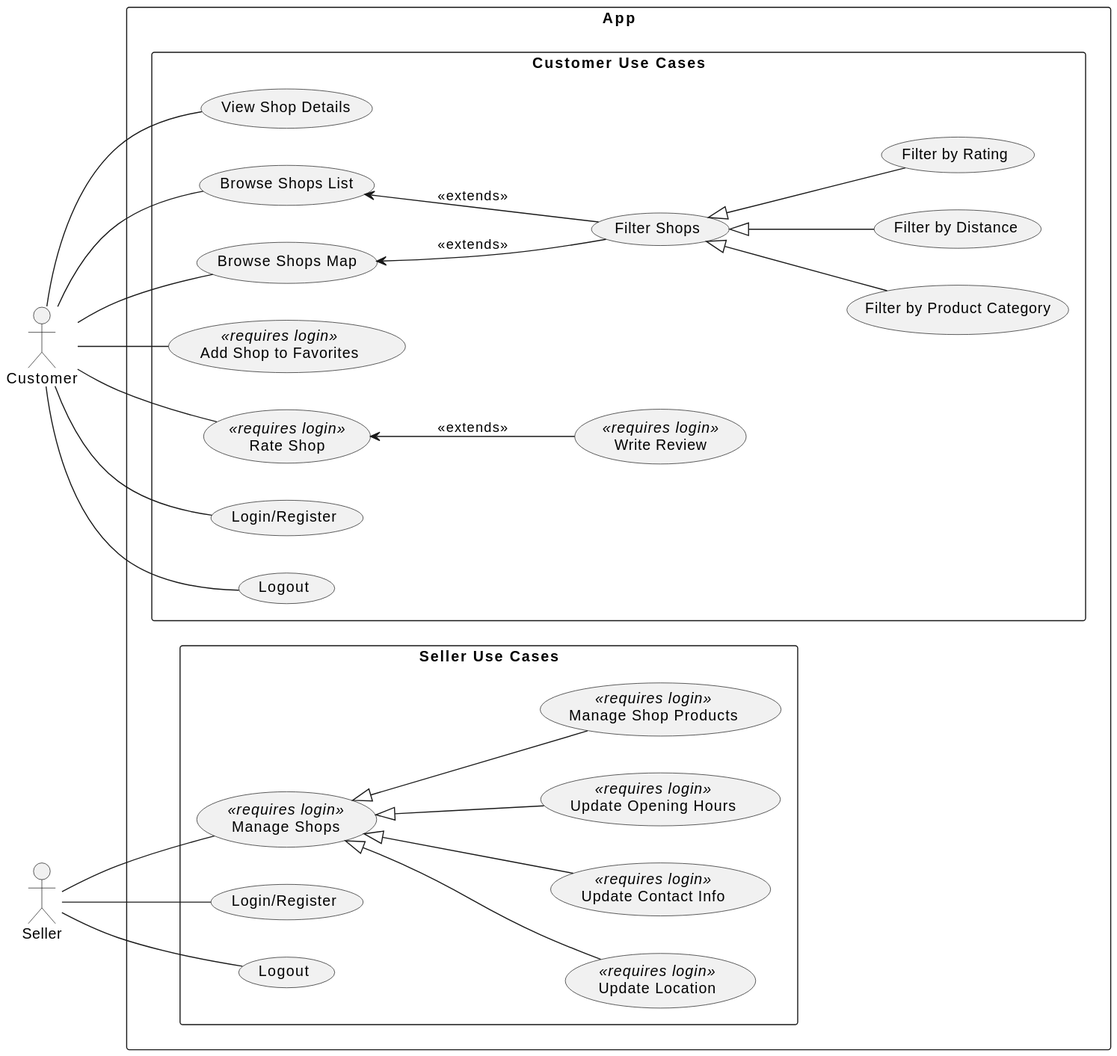
Above: docs/diagram-img/use_case_diagram.svg in tondracek/my-farmer (PlantUML), before the change.
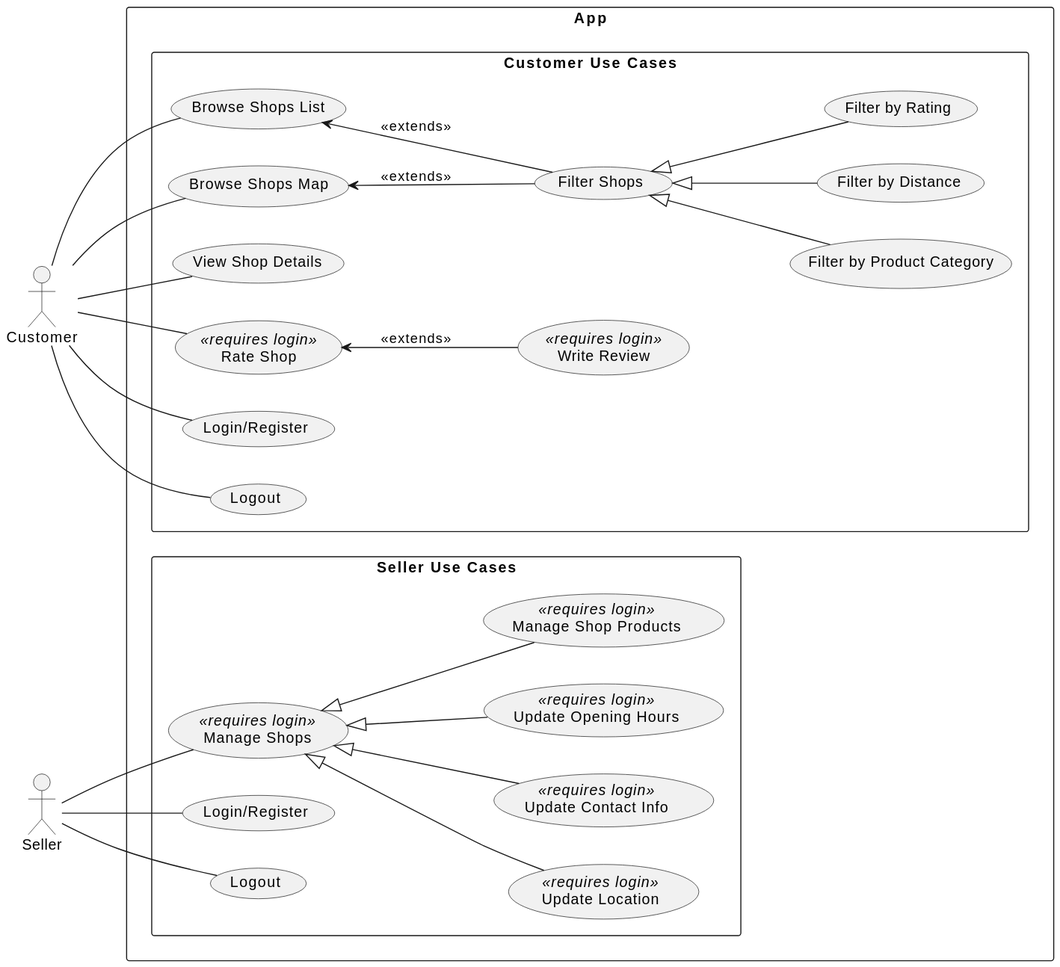
Above is the later version.

Commit message:
🖼️ Auto-update UML diagrams

What changed in the source:
```diff
@@ -8,10 +8,10 @@
 rectangle "App" {
 
   rectangle "Customer Use Cases" {
-    usecase "View Shop Details" as ViewShopDetails
 
     usecase "Browse Shops List" as BrowseShopsList
     usecase "Browse Shops Map" as BrowseShopsMap
+    usecase "View Shop Details" as ViewShopDetails
 
     usecase "Filter Shops" as FilterShops
 
@@ -19,11 +19,9 @@
     usecase "Filter by Distance" as FilterByDistance
     usecase "Filter by Rating" as FilterByRating
 
-    usecase "Add Shop to Favorites" as AddShopToFavorites <<requires login>>
     usecase "Rate Shop" as RateShop <<requires login>>
     usecase "Write Review" as WriteReview <<requires login>>
 
-    Customer -- ViewShopDetails
     Customer -- BrowseShopsList
     Customer -- BrowseShopsMap
 
@@ -34,7 +32,7 @@
     FilterShops <|-- FilterByDistance
     FilterShops <|-- FilterByRating
 
-    Customer -- AddShopToFavorites
+    Customer -- ViewShopDetails
     Customer -- RateShop
     RateShop <-- WriteReview : <<extends>>
 
```
